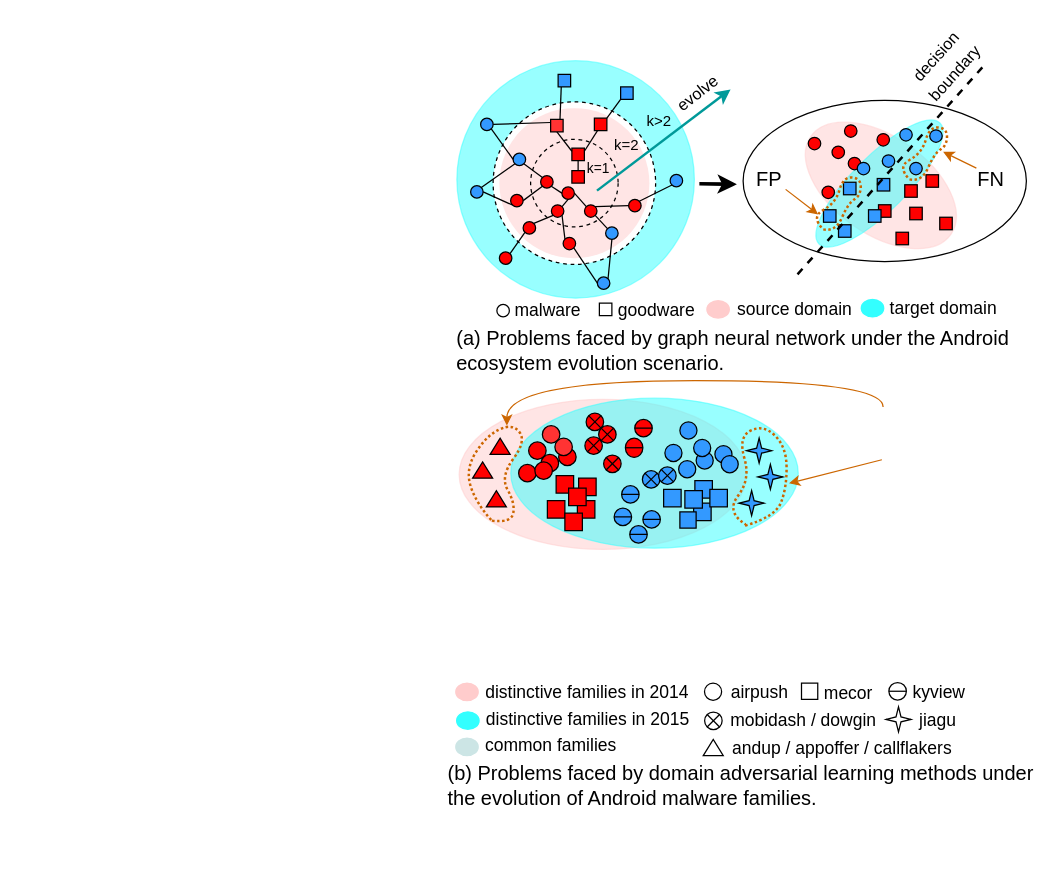
The draw.io diagram introductionFig.drawio in sunray42/diagrams, before the edit. Source tidied: cells renumbered, new cells numbered last; positions are measured from the earlier drawing's top-left corner, leaving out a move shared by most shapes. Both pictures are drawn from the tidied source at 125%, with x=0, y=0 at pixel (445, 40).
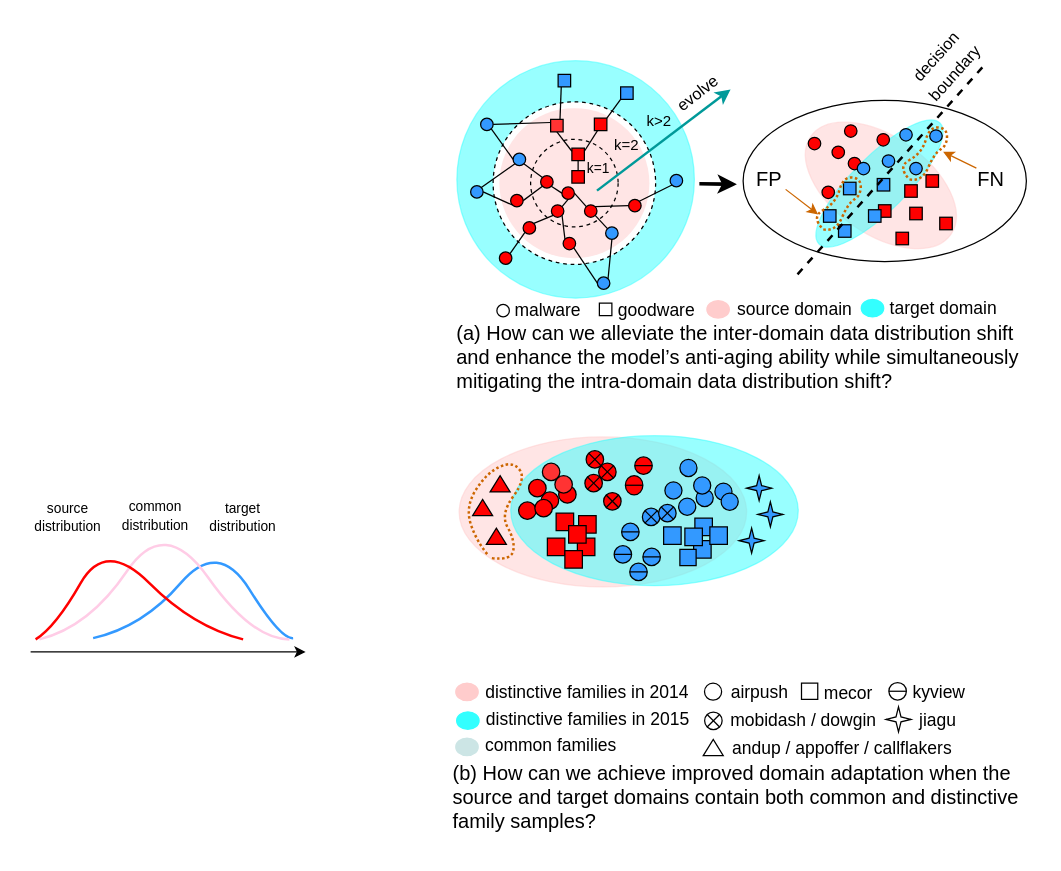
The same page after the edit.

The edit, as a diff of the source:
```diff
@@
     <mxCell id="2" style="ellipse;whiteSpace=wrap;html=1;fillColor=#FFCCCC;strokeColor=#FFCCCC;opacity=50;rotation=0;" parent="1" vertex="1">
-      <mxGeometry x="10.8" y="287" width="230" height="120" as="geometry" />
+      <mxGeometry x="10.8" y="317" width="230" height="120" as="geometry" />
     </mxCell>
     <mxCell id="3" style="ellipse;whiteSpace=wrap;html=1;rotation=0;fillColor=#33FFFF;strokeColor=#33FFFF;opacity=50;" parent="1" vertex="1">
-      <mxGeometry x="52.1" y="286" width="230" height="120" as="geometry" />
+      <mxGeometry x="52.1" y="316" width="230" height="120" as="geometry" />
     </mxCell>
@@
-    <mxCell id="65" value="&lt;font style=&quot;font-size: 16px;&quot;&gt;(a)&amp;nbsp;Problems faced by graph neural network under the Android ecosystem evolution scenario.&lt;/font&gt;" style="text;html=1;strokeColor=none;fillColor=none;align=left;verticalAlign=middle;whiteSpace=wrap;rounded=0;fontSize=14;" parent="1" vertex="1">
-      <mxGeometry x="7.3" y="233" width="460.7" height="30" as="geometry" />
-    </mxCell>
-    <mxCell id="66" value="&lt;font style=&quot;font-size: 16px;&quot;&gt;(b) Problems faced by domain adversarial learning methods under the evolution of Android malware families.&lt;/font&gt;" style="text;html=1;strokeColor=none;fillColor=none;align=left;verticalAlign=middle;whiteSpace=wrap;rounded=0;fontSize=14;" parent="1" vertex="1">
-      <mxGeometry y="576" width="475.2" height="40" as="geometry" />
-    </mxCell>
@@
     <mxCell id="102" style="verticalLabelPosition=bottom;verticalAlign=top;html=1;shape=mxgraph.basic.acute_triangle;dx=0.5;rotation=0;fillColor=#FF0000;" parent="1" vertex="1">
-      <mxGeometry x="21.6" y="337" width="16" height="13" as="geometry" />
+      <mxGeometry x="21.6" y="367" width="16" height="13" as="geometry" />
     </mxCell>
     <mxCell id="103" style="verticalLabelPosition=bottom;verticalAlign=top;html=1;shape=mxgraph.basic.acute_triangle;dx=0.5;rotation=0;fillColor=#FF0000;" parent="1" vertex="1">
-      <mxGeometry x="32.6" y="360" width="16" height="13" as="geometry" />
+      <mxGeometry x="32.6" y="390" width="16" height="13" as="geometry" />
     </mxCell>
     <mxCell id="104" style="whiteSpace=wrap;html=1;strokeColor=#000000;fontSize=16;fillColor=#FF0000;gradientColor=none;rotation=0;" parent="1" vertex="1">
-      <mxGeometry x="88.4" y="348" width="14" height="14" as="geometry" />
+      <mxGeometry x="88.4" y="378" width="14" height="14" as="geometry" />
     </mxCell>
     <mxCell id="105" style="whiteSpace=wrap;html=1;strokeColor=#000000;fontSize=16;fillColor=#FF0000;gradientColor=none;rotation=0;" parent="1" vertex="1">
-      <mxGeometry x="105.4" y="368" width="14" height="14" as="geometry" />
+      <mxGeometry x="105.4" y="398" width="14" height="14" as="geometry" />
     </mxCell>
     <mxCell id="106" style="whiteSpace=wrap;html=1;strokeColor=#000000;fontSize=16;fillColor=#FF0000;gradientColor=none;rotation=0;" parent="1" vertex="1">
-      <mxGeometry x="81.4" y="368" width="14" height="14" as="geometry" />
+      <mxGeometry x="81.4" y="398" width="14" height="14" as="geometry" />
     </mxCell>
     <mxCell id="107" style="whiteSpace=wrap;html=1;strokeColor=#000000;fontSize=16;fillColor=#FF0000;gradientColor=none;rotation=0;" parent="1" vertex="1">
-      <mxGeometry x="106.4" y="350" width="14" height="14" as="geometry" />
+      <mxGeometry x="106.4" y="380" width="14" height="14" as="geometry" />
     </mxCell>
     <mxCell id="108" style="whiteSpace=wrap;html=1;strokeColor=#000000;fontSize=16;fillColor=#FF0000;gradientColor=none;rotation=0;" parent="1" vertex="1">
-      <mxGeometry x="98.4" y="358" width="14" height="14" as="geometry" />
+      <mxGeometry x="98.4" y="388" width="14" height="14" as="geometry" />
     </mxCell>
     <mxCell id="109" style="whiteSpace=wrap;html=1;strokeColor=#000000;fontSize=16;fillColor=#3399FF;gradientColor=none;rotation=0;" parent="1" vertex="1">
-      <mxGeometry x="198.4" y="370" width="14" height="14" as="geometry" />
+      <mxGeometry x="198.4" y="400" width="14" height="14" as="geometry" />
     </mxCell>
     <mxCell id="110" style="whiteSpace=wrap;html=1;strokeColor=#000000;fontSize=16;fillColor=#3399FF;gradientColor=none;rotation=0;" parent="1" vertex="1">
-      <mxGeometry x="199.4" y="352" width="14" height="14" as="geometry" />
+      <mxGeometry x="199.4" y="382" width="14" height="14" as="geometry" />
     </mxCell>
     <mxCell id="111" style="whiteSpace=wrap;html=1;strokeColor=#000000;fontSize=16;fillColor=#3399FF;gradientColor=none;rotation=0;" parent="1" vertex="1">
-      <mxGeometry x="187.4" y="377" width="13" height="13" as="geometry" />
+      <mxGeometry x="187.4" y="407" width="13" height="13" as="geometry" />
     </mxCell>
     <mxCell id="112" style="whiteSpace=wrap;html=1;strokeColor=#000000;fontSize=16;fillColor=#3399FF;gradientColor=none;rotation=0;" parent="1" vertex="1">
-      <mxGeometry x="191.4" y="360" width="14" height="14" as="geometry" />
+      <mxGeometry x="191.4" y="390" width="14" height="14" as="geometry" />
     </mxCell>
     <mxCell id="113" style="whiteSpace=wrap;html=1;strokeColor=#000000;fontSize=16;fillColor=#3399FF;gradientColor=none;rotation=0;" parent="1" vertex="1">
-      <mxGeometry x="211.4" y="359" width="14" height="14" as="geometry" />
+      <mxGeometry x="211.4" y="389" width="14" height="14" as="geometry" />
     </mxCell>
     <mxCell id="114" style="ellipse;whiteSpace=wrap;html=1;strokeColor=#000000;fontSize=16;fillColor=#3399FF;gradientColor=none;rotation=0;" parent="1" vertex="1">
-      <mxGeometry x="187.4" y="305" width="13.7" height="13.7" as="geometry" />
+      <mxGeometry x="187.4" y="335" width="13.7" height="13.7" as="geometry" />
     </mxCell>
     <mxCell id="115" style="verticalLabelPosition=bottom;verticalAlign=top;html=1;shape=mxgraph.basic.acute_triangle;dx=0.5;rotation=0;fillColor=#FF0000;" parent="1" vertex="1">
-      <mxGeometry x="35.6" y="318" width="16" height="13" as="geometry" />
+      <mxGeometry x="35.6" y="348" width="16" height="13" as="geometry" />
     </mxCell>
@@
     <mxCell id="121" style="ellipse;whiteSpace=wrap;html=1;strokeColor=#000000;fontSize=16;fillColor=#3399FF;gradientColor=none;rotation=0;" parent="1" vertex="1">
-      <mxGeometry x="200.4" y="329" width="13.7" height="13.7" as="geometry" />
+      <mxGeometry x="200.4" y="359" width="13.7" height="13.7" as="geometry" />
     </mxCell>
     <mxCell id="122" style="ellipse;whiteSpace=wrap;html=1;strokeColor=#000000;fontSize=16;fillColor=#3399FF;gradientColor=none;rotation=0;" parent="1" vertex="1">
-      <mxGeometry x="198.4" y="319" width="13.7" height="13.7" as="geometry" />
+      <mxGeometry x="198.4" y="349" width="13.7" height="13.7" as="geometry" />
     </mxCell>
     <mxCell id="123" style="ellipse;whiteSpace=wrap;html=1;strokeColor=#000000;fontSize=16;fillColor=#3399FF;gradientColor=none;rotation=0;" parent="1" vertex="1">
-      <mxGeometry x="175.4" y="323" width="13.7" height="13.7" as="geometry" />
+      <mxGeometry x="175.4" y="353" width="13.7" height="13.7" as="geometry" />
     </mxCell>
     <mxCell id="124" style="ellipse;whiteSpace=wrap;html=1;strokeColor=#000000;fontSize=16;fillColor=#3399FF;gradientColor=none;rotation=0;" parent="1" vertex="1">
-      <mxGeometry x="186.4" y="336" width="13.7" height="13.7" as="geometry" />
+      <mxGeometry x="186.4" y="366" width="13.7" height="13.7" as="geometry" />
     </mxCell>
     <mxCell id="125" style="ellipse;whiteSpace=wrap;html=1;strokeColor=#000000;fontSize=16;fillColor=#FF3333;gradientColor=none;rotation=0;" parent="1" vertex="1">
-      <mxGeometry x="77.4" y="308" width="14" height="14" as="geometry" />
+      <mxGeometry x="77.4" y="338" width="14" height="14" as="geometry" />
     </mxCell>
     <mxCell id="126" style="ellipse;whiteSpace=wrap;html=1;strokeColor=#000000;fontSize=16;fillColor=#FF0000;gradientColor=none;rotation=0;" parent="1" vertex="1">
-      <mxGeometry x="90.4" y="326" width="14" height="14" as="geometry" />
+      <mxGeometry x="90.4" y="356" width="14" height="14" as="geometry" />
     </mxCell>
     <mxCell id="127" style="ellipse;whiteSpace=wrap;html=1;strokeColor=#000000;fontSize=16;fillColor=#FF3333;gradientColor=none;rotation=0;" parent="1" vertex="1">
-      <mxGeometry x="87.4" y="318" width="14" height="14" as="geometry" />
+      <mxGeometry x="87.4" y="348" width="14" height="14" as="geometry" />
     </mxCell>
     <mxCell id="128" style="ellipse;whiteSpace=wrap;html=1;strokeColor=#000000;fontSize=16;fillColor=#FF0000;gradientColor=none;rotation=0;" parent="1" vertex="1">
-      <mxGeometry x="66.4" y="321" width="14" height="14" as="geometry" />
+      <mxGeometry x="66.4" y="351" width="14" height="14" as="geometry" />
     </mxCell>
     <mxCell id="129" style="ellipse;whiteSpace=wrap;html=1;strokeColor=#000000;fontSize=16;fillColor=#FF0000;gradientColor=none;rotation=0;" parent="1" vertex="1">
-      <mxGeometry x="76.4" y="331" width="14" height="14" as="geometry" />
+      <mxGeometry x="76.4" y="361" width="14" height="14" as="geometry" />
     </mxCell>
     <mxCell id="130" style="shape=sumEllipse;perimeter=ellipsePerimeter;whiteSpace=wrap;html=1;backgroundOutline=1;fillColor=#FF0000;" parent="1" vertex="1">
-      <mxGeometry x="112.4" y="298" width="14" height="14" as="geometry" />
+      <mxGeometry x="112.4" y="328" width="14" height="14" as="geometry" />
     </mxCell>
     <mxCell id="131" style="shape=sumEllipse;perimeter=ellipsePerimeter;whiteSpace=wrap;html=1;backgroundOutline=1;fillColor=#FF0000;" parent="1" vertex="1">
-      <mxGeometry x="122.4" y="308" width="14" height="14" as="geometry" />
+      <mxGeometry x="122.4" y="338" width="14" height="14" as="geometry" />
     </mxCell>
     <mxCell id="132" style="shape=sumEllipse;perimeter=ellipsePerimeter;whiteSpace=wrap;html=1;backgroundOutline=1;fillColor=#FF0000;" parent="1" vertex="1">
-      <mxGeometry x="111.4" y="317" width="14" height="14" as="geometry" />
+      <mxGeometry x="111.4" y="347" width="14" height="14" as="geometry" />
     </mxCell>
     <mxCell id="133" style="shape=sumEllipse;perimeter=ellipsePerimeter;whiteSpace=wrap;html=1;backgroundOutline=1;fillColor=#3399FF;" parent="1" vertex="1">
-      <mxGeometry x="157.4" y="344" width="14" height="14" as="geometry" />
+      <mxGeometry x="157.4" y="374" width="14" height="14" as="geometry" />
     </mxCell>
     <mxCell id="134" style="shape=sumEllipse;perimeter=ellipsePerimeter;whiteSpace=wrap;html=1;backgroundOutline=1;fillColor=#3399FF;" parent="1" vertex="1">
-      <mxGeometry x="170.4" y="341" width="14" height="14" as="geometry" />
+      <mxGeometry x="170.4" y="371" width="14" height="14" as="geometry" />
     </mxCell>
@@
     <mxCell id="140" style="shape=lineEllipse;perimeter=ellipsePerimeter;whiteSpace=wrap;html=1;backgroundOutline=1;fillColor=#FF0000;" parent="1" vertex="1">
-      <mxGeometry x="151.3" y="303" width="14" height="14" as="geometry" />
+      <mxGeometry x="151.3" y="333" width="14" height="14" as="geometry" />
     </mxCell>
     <mxCell id="141" style="shape=lineEllipse;perimeter=ellipsePerimeter;whiteSpace=wrap;html=1;backgroundOutline=1;fillColor=#FF0000;" parent="1" vertex="1">
-      <mxGeometry x="143.8" y="318" width="14" height="15.4" as="geometry" />
+      <mxGeometry x="143.8" y="348" width="14" height="15.4" as="geometry" />
     </mxCell>
     <mxCell id="142" style="shape=lineEllipse;perimeter=ellipsePerimeter;whiteSpace=wrap;html=1;backgroundOutline=1;fillColor=#3399FF;" parent="1" vertex="1">
-      <mxGeometry x="134.8" y="374" width="14" height="14" as="geometry" />
+      <mxGeometry x="134.8" y="404" width="14" height="14" as="geometry" />
     </mxCell>
     <mxCell id="143" style="shape=lineEllipse;perimeter=ellipsePerimeter;whiteSpace=wrap;html=1;backgroundOutline=1;fillColor=#3399FF;" parent="1" vertex="1">
-      <mxGeometry x="140.8" y="356" width="14" height="14" as="geometry" />
+      <mxGeometry x="140.8" y="386" width="14" height="14" as="geometry" />
     </mxCell>
     <mxCell id="144" style="shape=lineEllipse;perimeter=ellipsePerimeter;whiteSpace=wrap;html=1;backgroundOutline=1;fillColor=#3399FF;" parent="1" vertex="1">
-      <mxGeometry x="157.8" y="376" width="14" height="14" as="geometry" />
+      <mxGeometry x="157.8" y="406" width="14" height="14" as="geometry" />
     </mxCell>
     <mxCell id="145" style="shape=lineEllipse;perimeter=ellipsePerimeter;whiteSpace=wrap;html=1;backgroundOutline=1;fillColor=#3399FF;" parent="1" vertex="1">
-      <mxGeometry x="147.3" y="388" width="14" height="14" as="geometry" />
+      <mxGeometry x="147.3" y="418" width="14" height="14" as="geometry" />
     </mxCell>
     <mxCell id="146" style="shape=sumEllipse;perimeter=ellipsePerimeter;whiteSpace=wrap;html=1;backgroundOutline=1;fillColor=#FF0000;" parent="1" vertex="1">
-      <mxGeometry x="126.4" y="331.5" width="14" height="14" as="geometry" />
+      <mxGeometry x="126.4" y="361.5" width="14" height="14" as="geometry" />
     </mxCell>
     <mxCell id="147" style="ellipse;whiteSpace=wrap;html=1;strokeColor=#000000;fontSize=16;fillColor=#FF0000;gradientColor=none;rotation=0;" parent="1" vertex="1">
-      <mxGeometry x="58.4" y="339" width="14" height="14" as="geometry" />
+      <mxGeometry x="58.4" y="369" width="14" height="14" as="geometry" />
     </mxCell>
     <mxCell id="148" style="ellipse;whiteSpace=wrap;html=1;strokeColor=#000000;fontSize=16;fillColor=#FF0000;gradientColor=none;rotation=0;" parent="1" vertex="1">
-      <mxGeometry x="71.4" y="337" width="14" height="14" as="geometry" />
+      <mxGeometry x="71.4" y="367" width="14" height="14" as="geometry" />
     </mxCell>
     <mxCell id="149" style="whiteSpace=wrap;html=1;strokeColor=#000000;fontSize=16;fillColor=#FF0000;gradientColor=none;rotation=0;" parent="1" vertex="1">
-      <mxGeometry x="95.4" y="378" width="14" height="14" as="geometry" />
+      <mxGeometry x="95.4" y="408" width="14" height="14" as="geometry" />
     </mxCell>
     <mxCell id="150" style="whiteSpace=wrap;html=1;strokeColor=#000000;fontSize=16;fillColor=#3399FF;gradientColor=none;rotation=0;" parent="1" vertex="1">
-      <mxGeometry x="174.4" y="359" width="14" height="14" as="geometry" />
+      <mxGeometry x="174.4" y="389" width="14" height="14" as="geometry" />
     </mxCell>
     <mxCell id="151" style="ellipse;whiteSpace=wrap;html=1;strokeColor=#000000;fontSize=16;fillColor=#3399FF;gradientColor=none;rotation=0;" parent="1" vertex="1">
-      <mxGeometry x="215.4" y="324" width="13.7" height="13.7" as="geometry" />
+      <mxGeometry x="215.4" y="354" width="13.7" height="13.7" as="geometry" />
     </mxCell>
     <mxCell id="152" style="ellipse;whiteSpace=wrap;html=1;strokeColor=#000000;fontSize=16;fillColor=#3399FF;gradientColor=none;rotation=0;" parent="1" vertex="1">
-      <mxGeometry x="220.4" y="332" width="13.7" height="13.7" as="geometry" />
+      <mxGeometry x="220.4" y="362" width="13.7" height="13.7" as="geometry" />
     </mxCell>
@@
-    <mxCell id="155" style="curved=1;endArrow=none;html=1;rounded=0;dashed=1;dashPattern=1 1;strokeColor=#CC6600;strokeWidth=2;endFill=0;" parent="1" edge="1">
+    <mxCell id="155" style="curved=1;endArrow=none;html=1;rounded=0;dashed=1;dashPattern=1 1;strokeColor=#CC6600;strokeWidth=2;endFill=0;entryX=0.102;entryY=0.792;entryDx=0;entryDy=0;entryPerimeter=0;" parent="1" edge="1" target="2">
       <mxGeometry relative="1" as="geometry">
-        <mxPoint x="37" y="384" as="sourcePoint" />
-        <mxPoint x="37" y="384" as="targetPoint" />
+        <mxPoint x="37" y="414" as="sourcePoint" />
         <Array as="points">
-          <mxPoint x="52.6" y="386" />
-          <mxPoint x="55.6" y="370" />
-          <mxPoint x="43.6" y="348.8" />
-          <mxPoint x="64.6" y="320.5" />
-          <mxPoint x="53.6" y="306" />
-          <mxPoint x="32.6" y="316" />
-          <mxPoint x="15.6" y="343" />
-          <mxPoint x="24.6" y="370.5" />
+          <mxPoint x="52.6" y="416" />
+          <mxPoint x="55.6" y="400" />
+          <mxPoint x="43.6" y="378.8" />
+          <mxPoint x="64.6" y="350.5" />
+          <mxPoint x="53.6" y="336" />
+          <mxPoint x="32.6" y="346" />
+          <mxPoint x="15.6" y="373" />
+          <mxPoint x="24.6" y="400.5" />
         </Array>
       </mxGeometry>
     </mxCell>
     <mxCell id="156" style="verticalLabelPosition=bottom;verticalAlign=top;html=1;shape=mxgraph.basic.4_point_star_2;dx=0.8;strokeColor=#000000;fontSize=16;fillColor=#3399FF;gradientColor=none;rotation=0;" parent="1" vertex="1">
-      <mxGeometry x="240.8" y="318" width="20" height="20" as="geometry" />
+      <mxGeometry x="240.8" y="348" width="20" height="20" as="geometry" />
     </mxCell>
     <mxCell id="157" style="verticalLabelPosition=bottom;verticalAlign=top;html=1;shape=mxgraph.basic.4_point_star_2;dx=0.8;strokeColor=#000000;fontSize=16;fillColor=#3399FF;gradientColor=none;rotation=0;" parent="1" vertex="1">
-      <mxGeometry x="249.8" y="339" width="20" height="20" as="geometry" />
+      <mxGeometry x="249.8" y="369" width="20" height="20" as="geometry" />
     </mxCell>
     <mxCell id="158" style="verticalLabelPosition=bottom;verticalAlign=top;html=1;shape=mxgraph.basic.4_point_star_2;dx=0.8;strokeColor=#000000;fontSize=16;fillColor=#3399FF;gradientColor=none;rotation=0;" parent="1" vertex="1">
-      <mxGeometry x="234.8" y="360" width="20" height="20" as="geometry" />
+      <mxGeometry x="234.8" y="390" width="20" height="20" as="geometry" />
     </mxCell>
-    <mxCell id="159" style="curved=1;endArrow=none;html=1;rounded=0;dashed=1;dashPattern=1 1;strokeColor=#CC6600;strokeWidth=2;endFill=0;" parent="1" edge="1">
-      <mxGeometry relative="1" as="geometry">
-        <mxPoint x="239.5" y="388" as="sourcePoint" />
-        <mxPoint x="240" y="387" as="targetPoint" />
-        <Array as="points">
-          <mxPoint x="264" y="381" />
-          <mxPoint x="273" y="357" />
-          <mxPoint x="272.5" y="324.5" />
-          <mxPoint x="254" y="307" />
-          <mxPoint x="234" y="317" />
-          <mxPoint x="244" y="351" />
-          <mxPoint x="224" y="377" />
-        </Array>
-      </mxGeometry>
-    </mxCell>
-    <mxCell id="160" style="rounded=0;orthogonalLoop=1;jettySize=auto;html=1;strokeColor=#CC6600;strokeWidth=1;startArrow=none;startFill=0;endArrow=classic;endFill=1;exitX=0.42;exitY=1.124;exitDx=0;exitDy=0;exitPerimeter=0;" parent="1" edge="1">
-      <mxGeometry relative="1" as="geometry">
-        <mxPoint x="349" y="335.3" as="sourcePoint" />
-        <mxPoint x="274.7" y="354.2" as="targetPoint" />
-      </mxGeometry>
-    </mxCell>
-    <mxCell id="161" style="edgeStyle=orthogonalEdgeStyle;rounded=0;orthogonalLoop=1;jettySize=auto;html=1;curved=1;strokeColor=#cc6600;" parent="1" edge="1">
-      <mxGeometry relative="1" as="geometry">
-        <mxPoint x="350" y="293" as="sourcePoint" />
-        <mxPoint x="49" y="308" as="targetPoint" />
-        <Array as="points">
-          <mxPoint x="350" y="272" />
-          <mxPoint x="49" y="272" />
-        </Array>
-      </mxGeometry>
-    </mxCell>
@@
+    <mxCell id="167" style="endArrow=classic;html=1;rounded=0;" parent="1" edge="1">
+      <mxGeometry relative="1" as="geometry">
+        <mxPoint x="-332" y="489" as="sourcePoint" />
+        <mxPoint x="-112" y="489" as="targetPoint" />
+      </mxGeometry>
+    </mxCell>
+    <mxCell id="168" style="curved=1;endArrow=none;html=1;rounded=0;endFill=0;strokeWidth=2;strokeColor=#3399FF;" parent="1" edge="1">
+      <mxGeometry relative="1" as="geometry">
+        <mxPoint x="-282" y="478" as="sourcePoint" />
+        <mxPoint x="-122" y="478" as="targetPoint" />
+        <Array as="points">
+          <mxPoint x="-242" y="469" />
+          <mxPoint x="-182" y="399" />
+          <mxPoint x="-132" y="479" />
+        </Array>
+      </mxGeometry>
+    </mxCell>
+    <mxCell id="169" style="curved=1;endArrow=none;html=1;rounded=0;endFill=0;strokeColor=#FFCCE6;strokeWidth=2;" parent="1" edge="1">
+      <mxGeometry relative="1" as="geometry">
+        <mxPoint x="-125" y="479" as="sourcePoint" />
+        <mxPoint x="-325" y="479" as="targetPoint" />
+        <Array as="points">
+          <mxPoint x="-155" y="479" />
+          <mxPoint x="-225" y="380" />
+          <mxPoint x="-285" y="469" />
+        </Array>
+      </mxGeometry>
+    </mxCell>
+    <mxCell id="170" style="curved=1;endArrow=none;html=1;rounded=0;endFill=0;strokeWidth=2;strokeColor=#FF0000;" parent="1" edge="1">
+      <mxGeometry relative="1" as="geometry">
+        <mxPoint x="-162" y="479" as="sourcePoint" />
+        <mxPoint x="-328" y="479" as="targetPoint" />
+        <Array as="points">
+          <mxPoint x="-202" y="469" />
+          <mxPoint x="-272" y="399" />
+          <mxPoint x="-312" y="469" />
+        </Array>
+      </mxGeometry>
+    </mxCell>
+    <mxCell id="171" value="&lt;font style=&quot;font-size: 11px;&quot;&gt;source distribution&lt;/font&gt;" style="text;html=1;strokeColor=none;fillColor=none;align=center;verticalAlign=middle;whiteSpace=wrap;rounded=0;" parent="1" vertex="1">
+      <mxGeometry x="-332" y="367.5" width="60" height="27" as="geometry" />
+    </mxCell>
+    <mxCell id="172" value="&lt;font style=&quot;font-size: 11px;&quot;&gt;target distribution&lt;/font&gt;" style="text;html=1;strokeColor=none;fillColor=none;align=center;verticalAlign=middle;whiteSpace=wrap;rounded=0;" parent="1" vertex="1">
+      <mxGeometry x="-192" y="367.5" width="60" height="27" as="geometry" />
+    </mxCell>
+    <mxCell id="173" value="&lt;font style=&quot;font-size: 11px;&quot;&gt;common distribution&lt;/font&gt;" style="text;html=1;strokeColor=none;fillColor=none;align=center;verticalAlign=middle;whiteSpace=wrap;rounded=0;" parent="1" vertex="1">
+      <mxGeometry x="-262" y="366" width="60" height="27" as="geometry" />
+    </mxCell>
+    <mxCell id="174" value="&lt;font style=&quot;font-size: 16px;&quot;&gt;&lt;font style=&quot;font-size: 16px;&quot;&gt;(a)&amp;nbsp;&lt;/font&gt;How can we alleviate the inter-domain data distribution shift and enhance the model’s anti-aging ability while simultaneously mitigating the intra-domain data distribution shift?&lt;/font&gt;" style="text;html=1;strokeColor=none;fillColor=none;align=left;verticalAlign=middle;whiteSpace=wrap;rounded=0;fontSize=14;" parent="1" vertex="1">
+      <mxGeometry x="7.3" y="238" width="460.7" height="30" as="geometry" />
+    </mxCell>
+    <mxCell id="175" value="&lt;font style=&quot;font-size: 16px;&quot;&gt;(b) How can we achieve improved domain adaptation when the source and target domains contain both common and distinctive family samples?&lt;/font&gt;" style="text;html=1;strokeColor=none;fillColor=none;align=left;verticalAlign=middle;whiteSpace=wrap;rounded=0;fontSize=14;" parent="1" vertex="1">
+      <mxGeometry x="3.7" y="563" width="468" height="84" as="geometry" />
+    </mxCell>
```
